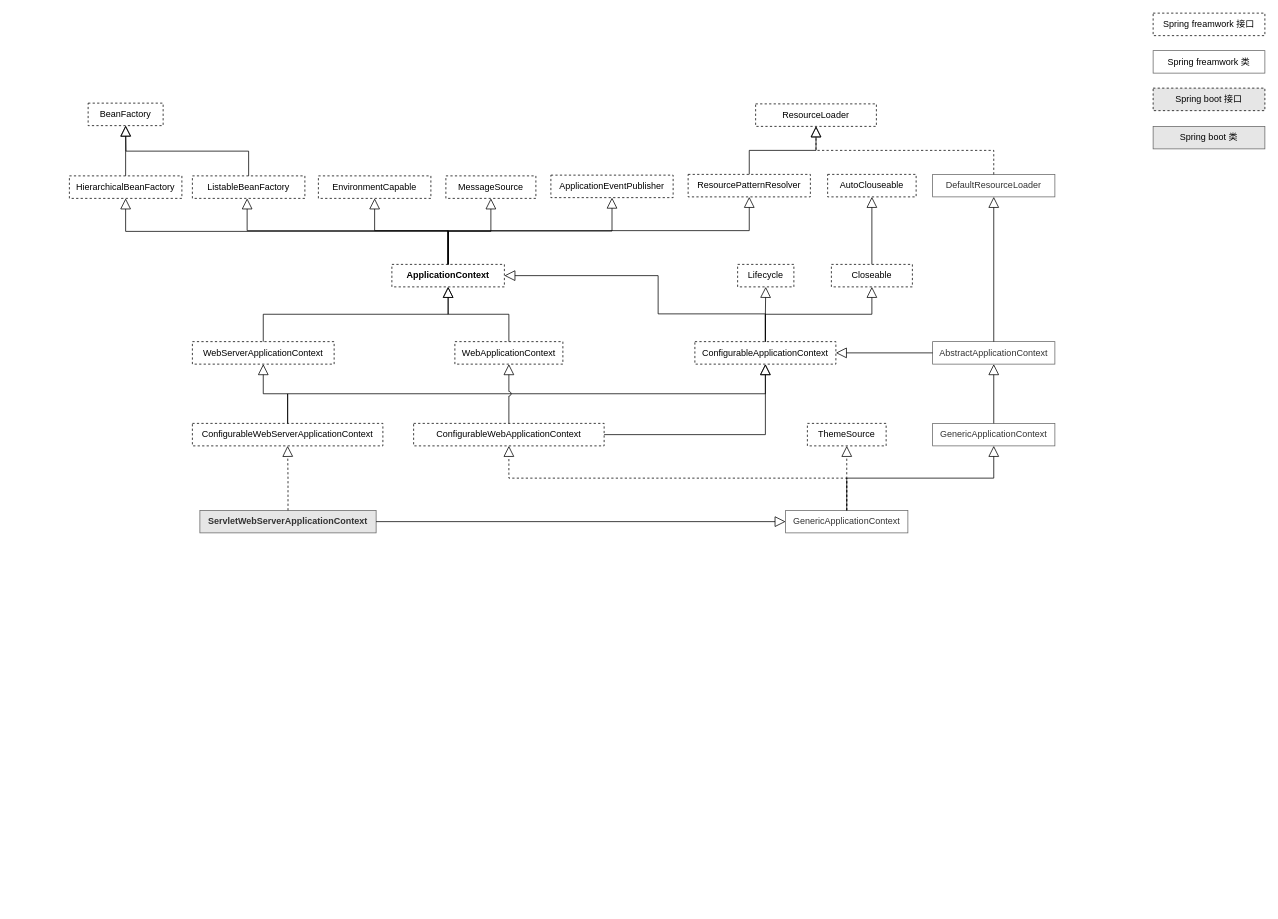
The draw.io diagram page "第 3 页" (3 of 4) of spring-boot.drawio in ljq199612/diagram, before the edit. Source tidied: cells renumbered, new cells numbered last; positions are measured from the earlier drawing's top-left corner, leaving out a move shared by most shapes. Both pictures are drawn from the tidied source at 75%, with x=0, y=0 at pixel (69, 13).
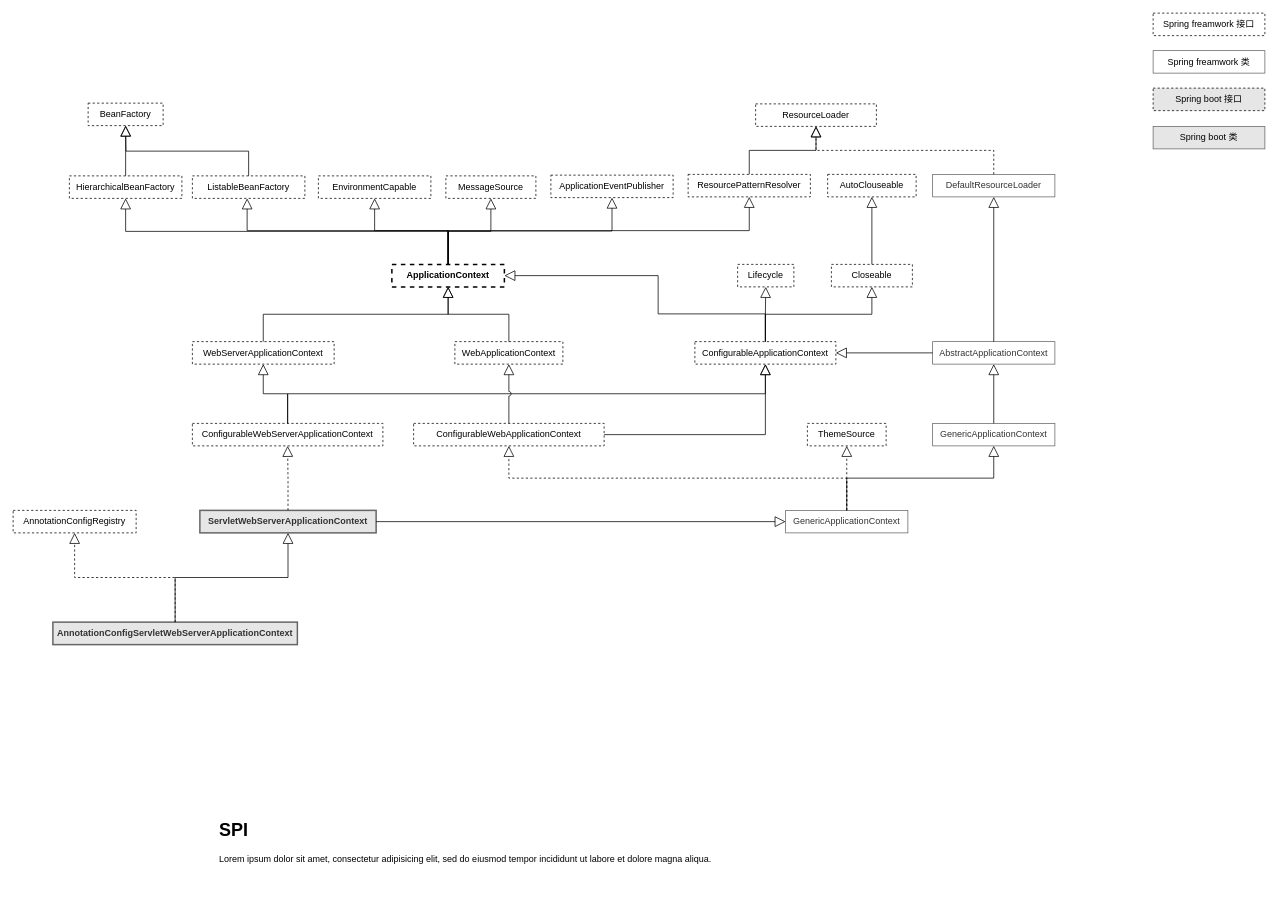
The same page after the edit.

Unchanged cells that the change refers to:
```xml
<mxCell id="26" value="ConfigurableApplicationContext" style="html=1;whiteSpace=wrap;dashed=1;" parent="1" vertex="1">
  <mxGeometry x="834" y="438" width="188" height="30" as="geometry" />
</mxCell>
<mxCell id="28" value="Closeable" style="html=1;whiteSpace=wrap;dashed=1;" parent="1" vertex="1">
  <mxGeometry x="1016" y="335" width="108" height="30" as="geometry" />
</mxCell>
```

The edit, as a diff of the source:
```diff
@@
-    <mxCell id="5" value="ApplicationContext" style="html=1;whiteSpace=wrap;fontStyle=1;dashed=1;" parent="1" vertex="1">
+    <mxCell id="5" value="ApplicationContext" style="html=1;whiteSpace=wrap;fontStyle=1;dashed=1;shadow=0;rounded=0;glass=0;strokeWidth=2;" parent="1" vertex="1">
       <mxGeometry x="430" y="335" width="150" height="30" as="geometry" />
     </mxCell>
@@
-    <mxCell id="32" style="endArrow=block;endSize=12;endFill=0;html=1;rounded=0;startSize=6;edgeStyle=orthogonalEdgeStyle;entryX=0.5;entryY=1;entryDx=0;entryDy=0;exitX=0.5;exitY=0;exitDx=0;exitDy=0;" parent="1" edge="1" source="26" target="28">
-      <mxGeometry relative="1" as="geometry" />
-    </mxCell>
@@
-    <mxCell id="49" value="ServletWebServerApplicationContext" style="html=1;whiteSpace=wrap;fillColor=#E6E6E6;strokeColor=#666666;fontColor=#333333;fontStyle=1;" parent="1" vertex="1">
+    <mxCell id="49" value="ServletWebServerApplicationContext" style="html=1;whiteSpace=wrap;fillColor=#E6E6E6;strokeColor=#666666;fontColor=#333333;fontStyle=1;strokeWidth=2;" parent="1" vertex="1">
       <mxGeometry x="174" y="663" width="235" height="30" as="geometry" />
     </mxCell>
@@
+    <mxCell id="32" style="endArrow=block;endSize=12;endFill=0;html=1;rounded=0;exitX=0.5;exitY=0;exitDx=0;exitDy=0;startSize=6;edgeStyle=orthogonalEdgeStyle;entryX=0.5;entryY=1;entryDx=0;entryDy=0;" parent="1" edge="1" source="26" target="28">
+      <mxGeometry relative="1" as="geometry" />
+    </mxCell>
+    <mxCell id="57" value="&lt;h1&gt;SPI&lt;br&gt;&lt;/h1&gt;&lt;p&gt;Lorem ipsum dolor sit amet, consectetur adipisicing elit, sed do eiusmod tempor incididunt ut labore et dolore magna aliqua.&lt;/p&gt;" style="text;html=1;strokeColor=none;fillColor=none;spacing=5;spacingTop=-20;whiteSpace=wrap;overflow=hidden;rounded=0;" parent="1" vertex="1">
+      <mxGeometry x="195" y="1070" width="707" height="120" as="geometry" />
+    </mxCell>
+    <mxCell id="58" value="AnnotationConfigServletWebServerApplicationContext" style="html=1;whiteSpace=wrap;fillColor=#E6E6E6;strokeColor=#666666;fontColor=#333333;fontStyle=1;strokeWidth=2;" parent="1" vertex="1">
+      <mxGeometry x="-22" y="812" width="326" height="30" as="geometry" />
+    </mxCell>
+    <mxCell id="59" value="AnnotationConfigRegistry" style="html=1;whiteSpace=wrap;dashed=1;" parent="1" vertex="1">
+      <mxGeometry x="-75" y="663" width="164" height="30" as="geometry" />
+    </mxCell>
+    <mxCell id="60" style="endArrow=block;endSize=12;endFill=0;html=1;rounded=0;startSize=6;edgeStyle=orthogonalEdgeStyle;entryX=0.5;entryY=1;entryDx=0;entryDy=0;exitX=0.5;exitY=0;exitDx=0;exitDy=0;jumpStyle=arc;" parent="1" edge="1" source="58" target="49">
+      <mxGeometry relative="1" as="geometry" />
+    </mxCell>
+    <mxCell id="61" style="endArrow=block;dashed=1;endFill=0;endSize=12;html=1;rounded=0;exitX=0.5;exitY=0;exitDx=0;exitDy=0;edgeStyle=orthogonalEdgeStyle;entryX=0.5;entryY=1;entryDx=0;entryDy=0;" parent="1" edge="1" source="58" target="59">
+      <mxGeometry relative="1" as="geometry" />
+    </mxCell>
```
